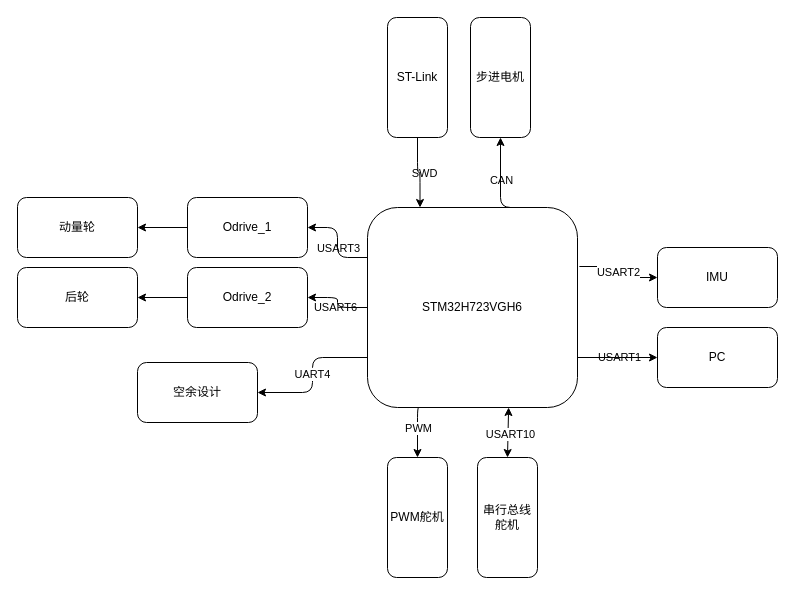
Above: Control_Unit/Hardware/控制单元架构.drawio in Ashington258/EquiCycle (draw.io), before the change. Source tidied: cells renumbered, new cells numbered last; positions are measured from the earlier drawing's top-left corner, leaving out a move shared by most shapes. Both pictures are drawn from the tidied source at 100%, with x=0, y=0 at pixel (17, 17).
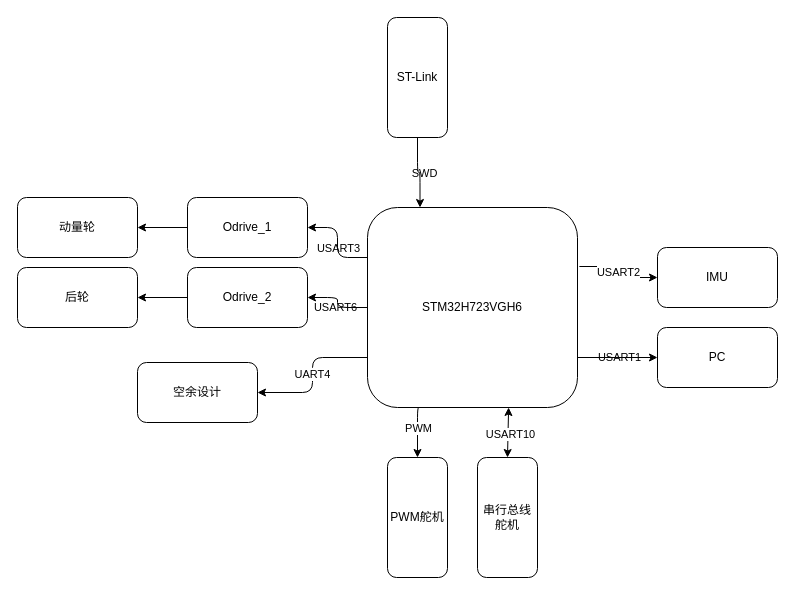
After the change.

The change refers to these unchanged cells:
```xml
<mxCell id="12" value="STM32H723VGH6" style="rounded=1;whiteSpace=wrap;html=1;labelBackgroundColor=none;" parent="1" vertex="1">
  <mxGeometry x="350" y="190" width="210" height="200" as="geometry" />
</mxCell>
```

Diff of the diagram source:
```diff
@@
-    <mxCell id="4" style="edgeStyle=orthogonalEdgeStyle;rounded=1;jettySize=auto;html=1;entryX=0;entryY=0.5;entryDx=0;entryDy=0;exitX=0.75;exitY=0;exitDx=0;exitDy=0;labelBackgroundColor=none;fontColor=default;" parent="1" edge="1" source="12" target="13">
-      <mxGeometry relative="1" as="geometry">
-        <Array as="points">
-          <mxPoint x="483" y="190" />
-        </Array>
-      </mxGeometry>
-    </mxCell>
-    <mxCell id="5" value="CAN" style="edgeLabel;html=1;align=center;verticalAlign=middle;rounded=1;labelBackgroundColor=none;" parent="4" vertex="1">
-      <mxGeometry x="-0.05" y="-1" relative="1" as="geometry">
-        <mxPoint x="-1" y="-7" as="offset" />
-      </mxGeometry>
-    </mxCell>
@@
-    <mxCell id="13" value="步进电机" style="whiteSpace=wrap;html=1;rounded=1;labelBackgroundColor=none;direction=north;" parent="1" vertex="1">
-      <mxGeometry x="453" width="60" height="120" as="geometry" />
-    </mxCell>
```
